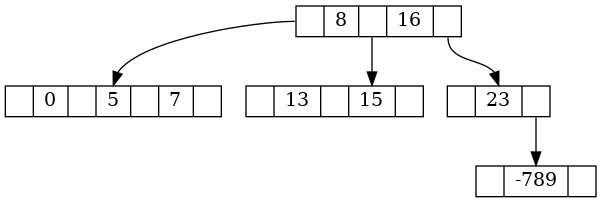
The Graphviz diagram H5/H5.4-bigbook/graph.png in DenRen/BabichevAlgo, before a commit. Its source is kept beside it as H5/H5.4-bigbook/graph.gv. Its diagram source:
```dot
digraph G {
node [shape = record, height=.1];
node0[label = "<p0>| <k0> 8| <p1>| <k1> 16| <p2>"];
node1[label = "<p0>| <k0> 0| <p1>| <k1> 5| <p2>| <k2> 7| <p3>"];
"node0":p0 -> "node1":k1;
node2[label = "<p0>| <k0> 13| <p1>| <k1> 15| <p2>"];
"node0":p1 -> "node2":k1;
node3[label = "<p0>| <k0> 23| <p1>"];
node4[label = "<p0>| <k0> -789| <p1>"];
"node3":p1 -> "node4":k0;
"node0":p2 -> "node3":k0;
}
```
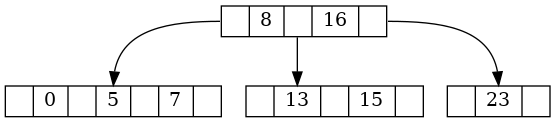
After the commit.

The edit, as a diff of the source:
```diff
@@ -4,9 +4,7 @@
 node1[label = "<p0>| <k0> 0| <p1>| <k1> 5| <p2>| <k2> 7| <p3>"];
 "node0":p0 -> "node1":k1;
 node2[label = "<p0>| <k0> 13| <p1>| <k1> 15| <p2>"];
-"node0":p1 -> "node2":k1;
+"node0":p1 -> "node2":k0;
 node3[label = "<p0>| <k0> 23| <p1>"];
-node4[label = "<p0>| <k0> -789| <p1>"];
-"node3":p1 -> "node4":k0;
 "node0":p2 -> "node3":k0;
 }
```
